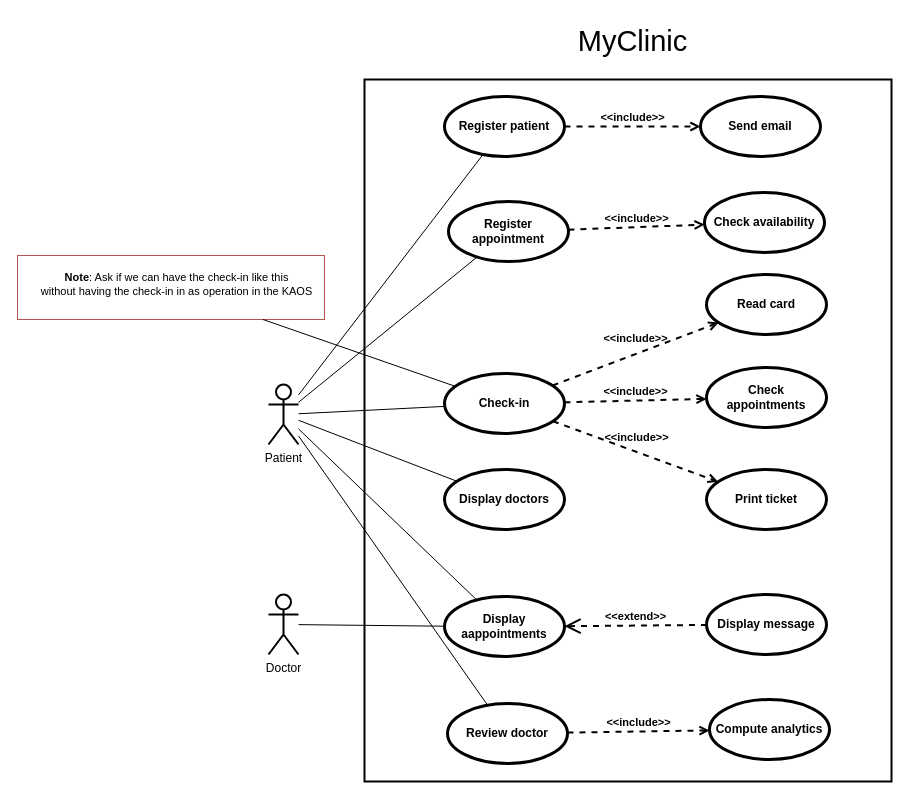
Earlier version of the draw.io diagram Diagrams/UseCase/Use Cases.drawio (RafaelCMira/myclinic-msp-project). Source tidied: cells renumbered, new cells numbered last; positions are measured from the earlier drawing's top-left corner, leaving out a move shared by most shapes. Both pictures are drawn from the tidied source at 100%, with x=0, y=0 at pixel (17, 17).
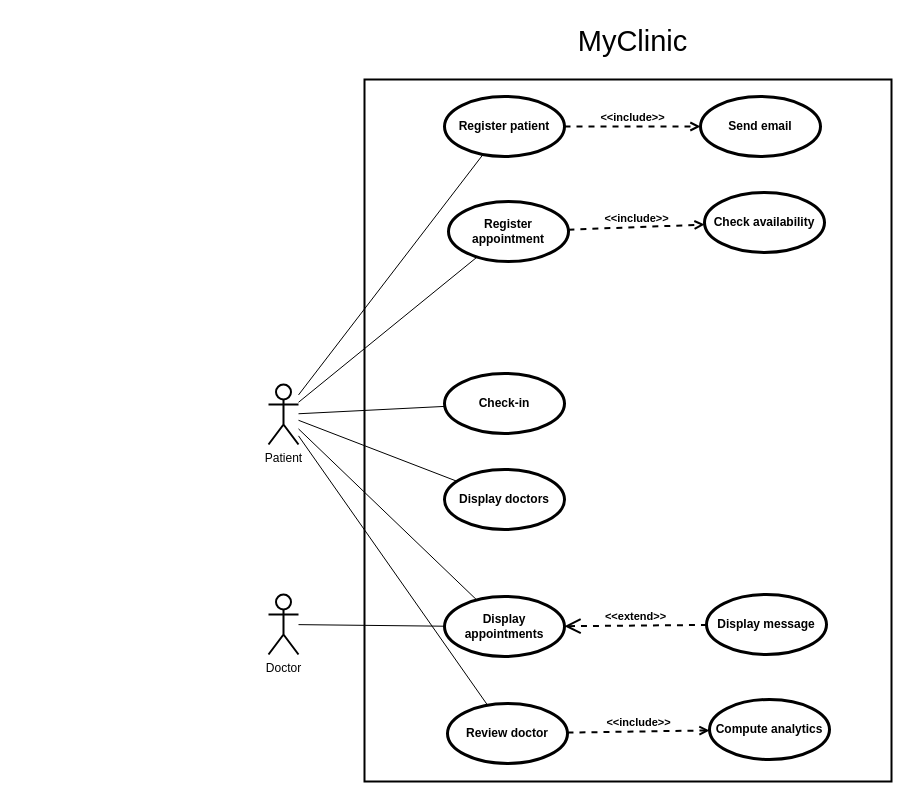
After the change.

Unchanged cells that the change refers to:
```xml
<mxCell id="28" value="Check-in" style="shape=ellipse;html=1;strokeWidth=3;fontStyle=1;whiteSpace=wrap;align=center;perimeter=ellipsePerimeter;" parent="1" vertex="1">
  <mxGeometry x="427" y="356" width="120" height="60" as="geometry" />
</mxCell>
```

What changed in the source:
```diff
@@
-    <mxCell id="2" style="rounded=0;whiteSpace=wrap;html=1;fontFamily=Helvetica;fontSize=11;labelBackgroundColor=default;fillColor=none;strokeColor=#b85450;" parent="1" vertex="1">
-      <mxGeometry y="238" width="307" height="64" as="geometry" />
-    </mxCell>
@@
-    <mxCell id="13" value="Print ticket" style="shape=ellipse;html=1;strokeWidth=3;fontStyle=1;whiteSpace=wrap;align=center;perimeter=ellipsePerimeter;" parent="1" vertex="1">
-      <mxGeometry x="689" y="452" width="120" height="60" as="geometry" />
-    </mxCell>
-    <mxCell id="14" value="Check appointments" style="shape=ellipse;html=1;strokeWidth=3;fontStyle=1;whiteSpace=wrap;align=center;perimeter=ellipsePerimeter;" parent="1" vertex="1">
-      <mxGeometry x="689" y="350" width="120" height="60" as="geometry" />
-    </mxCell>
-    <mxCell id="15" value="Read card" style="shape=ellipse;html=1;strokeWidth=3;fontStyle=1;whiteSpace=wrap;align=center;perimeter=ellipsePerimeter;" parent="1" vertex="1">
-      <mxGeometry x="689" y="257" width="120" height="60" as="geometry" />
-    </mxCell>
@@
-    <mxCell id="20" value="Display aappointments" style="shape=ellipse;html=1;strokeWidth=3;fontStyle=1;whiteSpace=wrap;align=center;perimeter=ellipsePerimeter;" parent="1" vertex="1">
+    <mxCell id="20" value="Display appointments" style="shape=ellipse;html=1;strokeWidth=3;fontStyle=1;whiteSpace=wrap;align=center;perimeter=ellipsePerimeter;" parent="1" vertex="1">
       <mxGeometry x="427" y="579" width="120" height="60" as="geometry" />
     </mxCell>
@@
-    <mxCell id="29" value="&lt;b&gt;&amp;lt;&amp;lt;include&amp;gt;&amp;gt;&lt;/b&gt;" style="edgeStyle=none;html=1;endArrow=open;verticalAlign=bottom;dashed=1;labelBackgroundColor=none;rounded=0;strokeWidth=2;" parent="1" edge="1" source="28" target="15">
-      <mxGeometry x="0.02" y="6" relative="1" as="geometry" />
-    </mxCell>
-    <mxCell id="30" value="&lt;b&gt;&amp;lt;&amp;lt;include&amp;gt;&amp;gt;&lt;/b&gt;" style="edgeStyle=none;html=1;endArrow=open;verticalAlign=bottom;dashed=1;labelBackgroundColor=none;rounded=0;strokeWidth=2;" parent="1" edge="1" source="28" target="14">
-      <mxGeometry relative="1" as="geometry" />
-    </mxCell>
-    <mxCell id="31" value="&lt;b&gt;&amp;lt;&amp;lt;include&amp;gt;&amp;gt;&lt;/b&gt;" style="edgeStyle=none;html=1;endArrow=open;verticalAlign=bottom;dashed=1;labelBackgroundColor=none;rounded=0;strokeWidth=2;" parent="1" edge="1" source="28" target="13">
-      <mxGeometry x="-0.01" y="5" relative="1" as="geometry" />
-    </mxCell>
@@
-    <mxCell id="34" value="&lt;b&gt;Note&lt;/b&gt;: Ask if we can have the check-in like this&lt;div&gt;without having the check-in in as operation in the KAOS&lt;/div&gt;" style="text;html=1;align=center;verticalAlign=middle;strokeColor=none;fillColor=none;fontFamily=Helvetica;fontSize=11;fontColor=default;labelBackgroundColor=default;" parent="1" vertex="1">
-      <mxGeometry x="14" y="248" width="290" height="38" as="geometry" />
-    </mxCell>
-    <mxCell id="35" style="edgeStyle=none;rounded=0;jettySize=auto;html=1;strokeColor=default;align=center;verticalAlign=middle;fontFamily=Helvetica;fontSize=11;fontColor=default;labelBackgroundColor=default;startArrow=none;startFill=0;endArrow=none;endFill=0;" parent="1" edge="1" source="28" target="2">
-      <mxGeometry relative="1" as="geometry" />
-    </mxCell>
```
